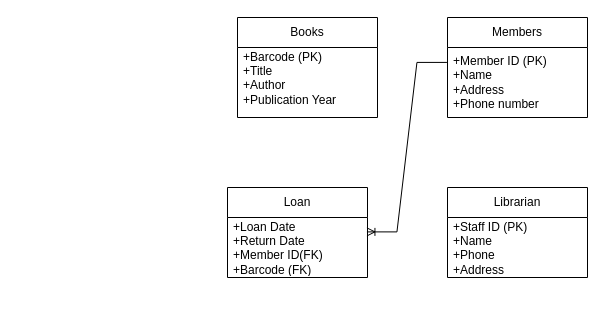
Before: Library.drawio in Colorata-07/at1, a draw.io diagram. Source tidied: cells renumbered, new cells numbered last; positions are measured from the earlier drawing's top-left corner, leaving out a move shared by most shapes. Both pictures are drawn from the tidied source at 100%, with x=0, y=0 at pixel (227, 17).
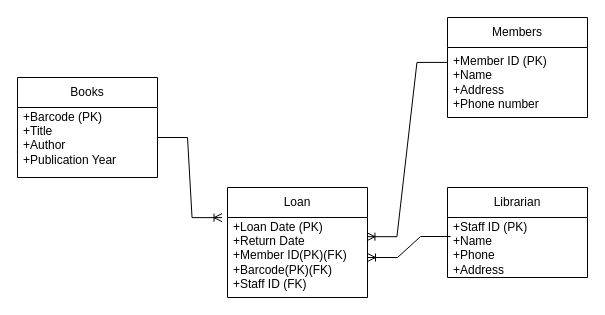
The same diagram, later.

The edit, as a diff of the source:
```diff
@@
 <mxGraphModel>
   <root>
     <mxCell id="0" />
     <mxCell id="1" parent="0" />
     <mxCell id="2" value="Members" style="swimlane;fontStyle=0;horizontal=1;startSize=30;whiteSpace=wrap;html=1;" parent="1" vertex="1">
       <mxGeometry x="220" width="140" height="100" as="geometry" />
     </mxCell>
     <mxCell id="3" value="+Member ID (PK)&lt;div&gt;+Name&amp;nbsp;&lt;/div&gt;&lt;div&gt;+Address&lt;/div&gt;&lt;div&gt;+Phone number&lt;/div&gt;" style="text;strokeColor=none;fillColor=none;align=left;verticalAlign=middle;spacingLeft=4;spacingRight=4;overflow=hidden;points=[[0,0.5],[1,0.5]];portConstraint=eastwest;whiteSpace=wrap;html=1;" parent="2" vertex="1">
       <mxGeometry y="30" width="140" height="70" as="geometry" />
     </mxCell>
     <mxCell id="4" value="Librarian" style="swimlane;fontStyle=0;horizontal=1;startSize=30;whiteSpace=wrap;html=1;" parent="1" vertex="1">
       <mxGeometry x="220" y="170" width="140" height="90" as="geometry" />
     </mxCell>
     <mxCell id="5" value="+Staff ID (PK)&lt;div&gt;+Name&lt;/div&gt;&lt;div&gt;+Phone&lt;/div&gt;&lt;div&gt;+Address&lt;/div&gt;" style="text;strokeColor=none;fillColor=none;align=left;verticalAlign=middle;spacingLeft=4;spacingRight=4;overflow=hidden;points=[[0,0.5],[1,0.5]];portConstraint=eastwest;whiteSpace=wrap;html=1;" parent="4" vertex="1">
       <mxGeometry y="30" width="140" height="60" as="geometry" />
     </mxCell>
     <mxCell id="6" value="Books" style="swimlane;fontStyle=0;horizontal=1;startSize=30;whiteSpace=wrap;html=1;" parent="1" vertex="1">
-      <mxGeometry x="10" width="140" height="100" as="geometry" />
+      <mxGeometry x="-210" y="60" width="140" height="100" as="geometry" />
     </mxCell>
     <mxCell id="7" value="&lt;span style=&quot;background-color: initial;&quot;&gt;+Barcode (PK)&lt;/span&gt;&lt;div&gt;&lt;div&gt;+Title&lt;/div&gt;&lt;div&gt;+Author&lt;/div&gt;&lt;div&gt;+Publication Year&lt;br&gt;&lt;div&gt;&lt;span style=&quot;background-color: initial;&quot;&gt;&lt;br&gt;&lt;/span&gt;&lt;/div&gt;&lt;/div&gt;&lt;/div&gt;" style="text;strokeColor=none;fillColor=none;align=left;verticalAlign=middle;spacingLeft=4;spacingRight=4;overflow=hidden;whiteSpace=wrap;html=1;" parent="6" vertex="1">
       <mxGeometry y="30" width="140" height="70" as="geometry" />
     </mxCell>
     <mxCell id="8" value="Loan" style="swimlane;fontStyle=0;horizontal=1;startSize=30;whiteSpace=wrap;html=1;" parent="1" vertex="1">
-      <mxGeometry y="170" width="140" height="90" as="geometry" />
+      <mxGeometry y="170" width="140" height="110" as="geometry" />
     </mxCell>
-    <mxCell id="9" value="+Loan Date&lt;div&gt;+Return Date&lt;/div&gt;&lt;div&gt;+Member ID(FK)&lt;/div&gt;&lt;div&gt;+Barcode (FK)&lt;/div&gt;&lt;div&gt;&lt;br&gt;&lt;/div&gt;" style="text;strokeColor=none;fillColor=none;align=left;verticalAlign=middle;spacingLeft=4;spacingRight=4;overflow=hidden;points=[[0,0.5],[1,0.5]];portConstraint=eastwest;whiteSpace=wrap;html=1;" parent="8" vertex="1">
-      <mxGeometry y="30" width="140" height="60" as="geometry" />
+    <mxCell id="9" value="+Loan Date (PK)&lt;div&gt;+Return Date&lt;/div&gt;&lt;div&gt;+Member ID(PK)(FK)&lt;/div&gt;&lt;div&gt;+Barcode(PK)(FK)&lt;/div&gt;&lt;div&gt;+Staff ID (FK)&lt;/div&gt;&lt;div&gt;&lt;br&gt;&lt;/div&gt;" style="text;strokeColor=none;fillColor=none;align=left;verticalAlign=middle;spacingLeft=4;spacingRight=4;overflow=hidden;points=[[0,0.5],[1,0.5]];portConstraint=eastwest;whiteSpace=wrap;html=1;" parent="8" vertex="1">
+      <mxGeometry y="30" width="140" height="80" as="geometry" />
     </mxCell>
     <mxCell id="10" style="edgeStyle=entityRelationEdgeStyle;fontSize=12;html=1;endArrow=ERoneToMany;rounded=0;entryX=0.996;entryY=0.24;entryDx=0;entryDy=0;entryPerimeter=0;exitX=-0.004;exitY=0.213;exitDx=0;exitDy=0;exitPerimeter=0;" parent="1" edge="1" source="3" target="9">
       <mxGeometry relative="1" as="geometry" />
     </mxCell>
+    <mxCell id="11" style="edgeStyle=entityRelationEdgeStyle;fontSize=12;html=1;endArrow=ERoneToMany;rounded=0;entryX=-0.039;entryY=0.274;entryDx=0;entryDy=0;entryPerimeter=0;" parent="1" edge="1" target="8">
+      <mxGeometry relative="1" as="geometry">
+        <mxPoint x="-70" y="120" as="sourcePoint" />
+      </mxGeometry>
+    </mxCell>
+    <mxCell id="12" style="edgeStyle=entityRelationEdgeStyle;fontSize=12;html=1;endArrow=ERoneToMany;rounded=0;exitX=0.022;exitY=0.317;exitDx=0;exitDy=0;exitPerimeter=0;" parent="1" edge="1" source="5" target="9">
+      <mxGeometry relative="1" as="geometry" />
+    </mxCell>
   </root>
 </mxGraphModel>
```
